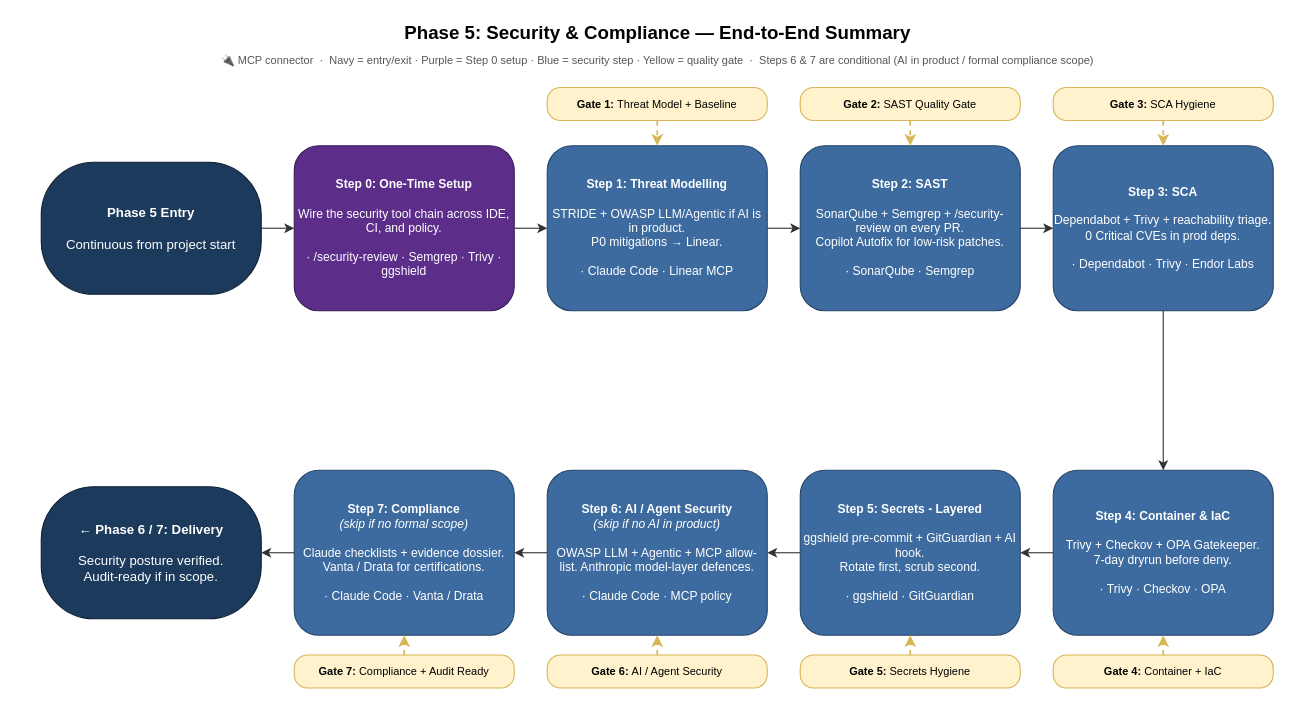
Above: aidlc-phases/05-security/FLOWCHART-SUMMARY-horizontal.drawio in kalpat-allion/ai-dlc (draw.io), before the change. Source tidied: cells renumbered, new cells numbered last; positions are measured from the earlier drawing's top-left corner, leaving out a move shared by most shapes. Both pictures are drawn from the tidied source at 110%, with x=0, y=0 at pixel (19, 19).
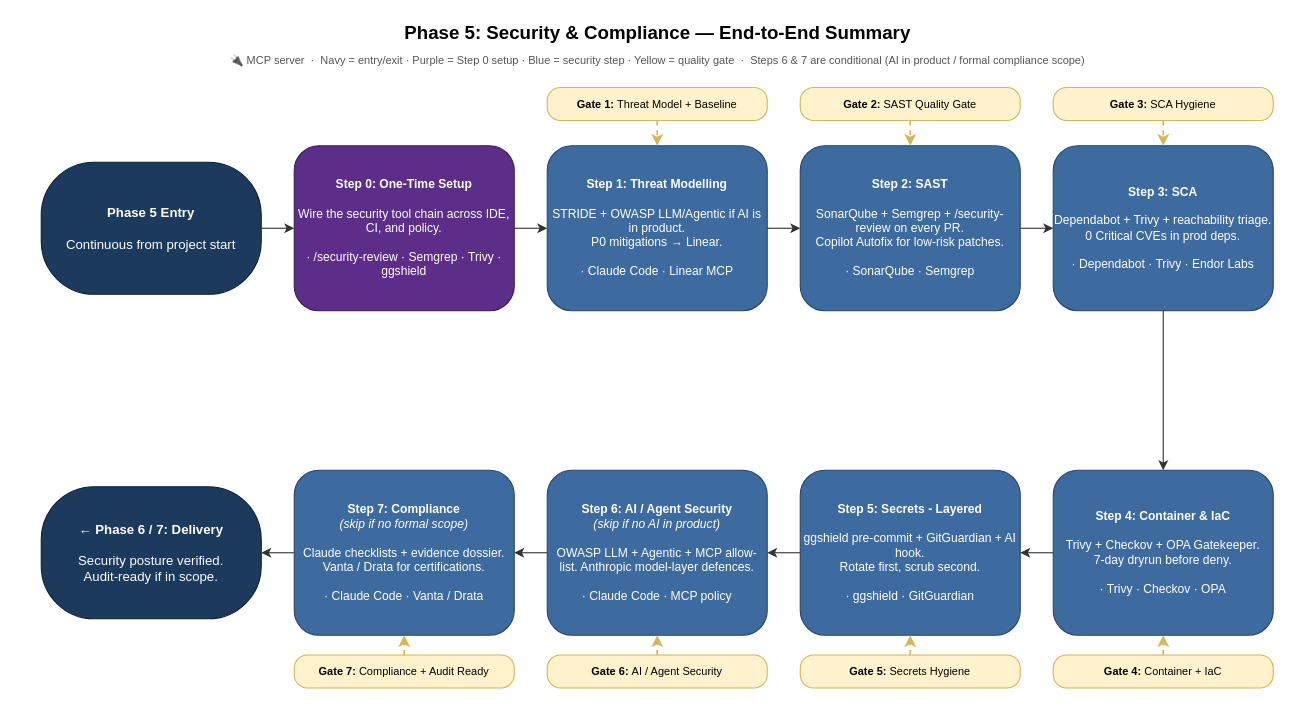
The same page after the edit.

Change to the diagram source:
```diff
@@
-    <mxCell id="3" value="🔌 MCP connector&amp;nbsp;&amp;nbsp;·&amp;nbsp;&amp;nbsp;Navy = entry/exit · Purple = Step 0 setup · Blue = security step · Yellow = quality gate&amp;nbsp;&amp;nbsp;·&amp;nbsp;&amp;nbsp;Steps 6 &amp; 7 are conditional (AI in product / formal compliance scope)" style="text;html=1;align=center;verticalAlign=middle;fontSize=10;fontColor=#555555;" parent="1" vertex="1">
+    <mxCell id="3" value="🔌 MCP server&amp;nbsp;&amp;nbsp;·&amp;nbsp;&amp;nbsp;Navy = entry/exit · Purple = Step 0 setup · Blue = security step · Yellow = quality gate&amp;nbsp;&amp;nbsp;·&amp;nbsp;&amp;nbsp;Steps 6 &amp; 7 are conditional (AI in product / formal compliance scope)" style="text;html=1;align=center;verticalAlign=middle;fontSize=10;fontColor=#555555;" parent="1" vertex="1">
       <mxGeometry y="28" width="1160" height="18" as="geometry" />
     </mxCell>
```
